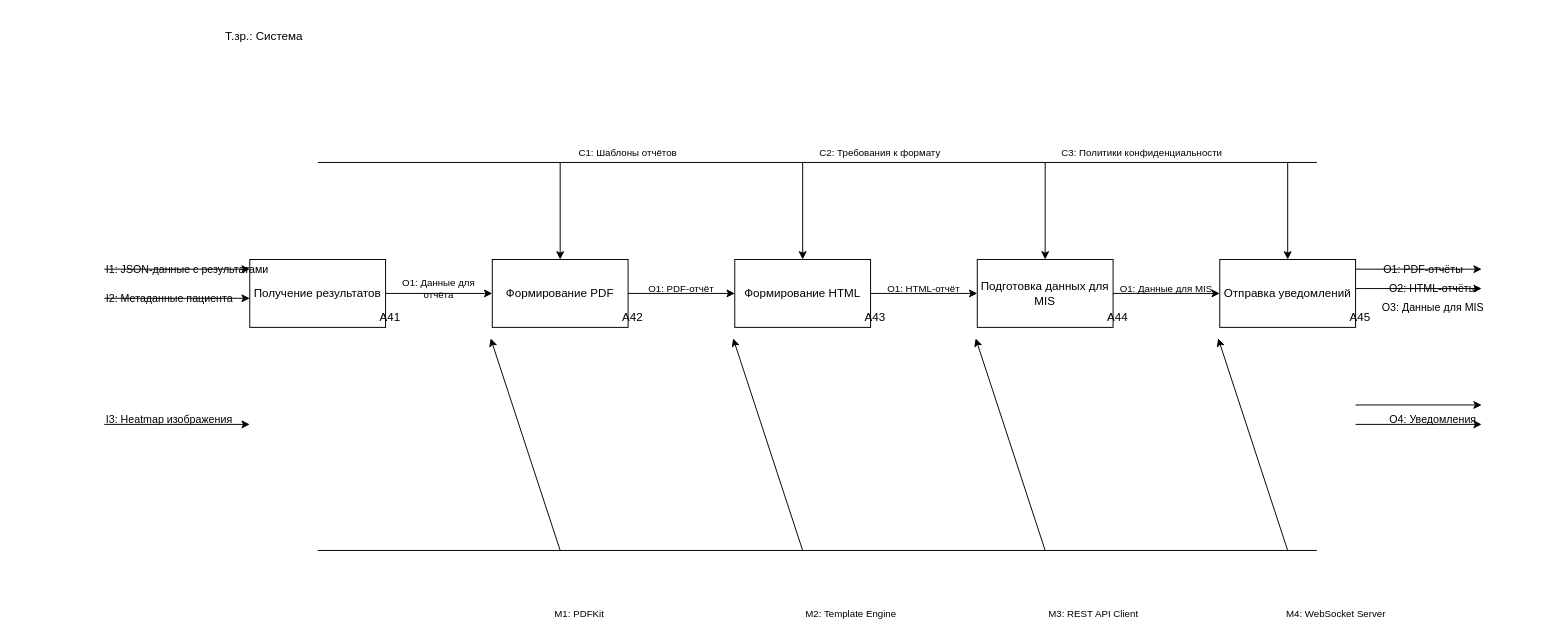
Edisheri/system-engineering-playbook keeps this draw.io diagram as diagrams-codes/IDEF0_A4_DECOMPOSITION.drawio. Above is the earlier version. Source tidied: cells renumbered, new cells numbered last; positions are measured from the earlier drawing's top-left corner, leaving out a move shared by most shapes. Both pictures are drawn from the tidied source at 97%, with x=0, y=0 at pixel (104, 16).
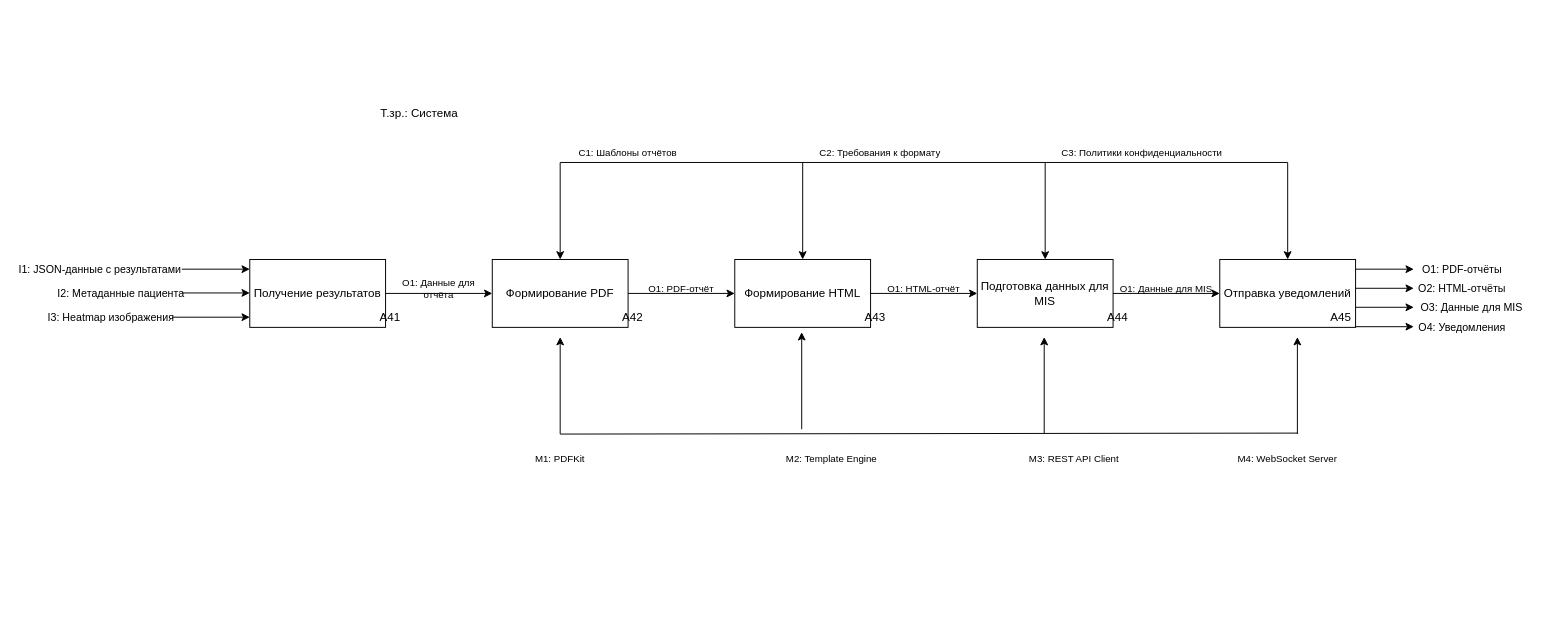
Above is the later version.

Unchanged cells that the change refers to:
```xml
<mxCell id="4" value="Формирование PDF" style="rounded=0;whiteSpace=wrap;html=1;" parent="1" vertex="1">
  <mxGeometry x="400" y="250" width="140" height="70" as="geometry" />
</mxCell>
<mxCell id="6" value="Формирование HTML" style="rounded=0;whiteSpace=wrap;html=1;" parent="1" vertex="1">
  <mxGeometry x="650" y="250" width="140" height="70" as="geometry" />
</mxCell>
<mxCell id="8" value="Подготовка данных для MIS" style="rounded=0;whiteSpace=wrap;html=1;" parent="1" vertex="1">
  <mxGeometry x="900" y="250" width="140" height="70" as="geometry" />
</mxCell>
<mxCell id="10" value="Отправка уведомлений" style="rounded=0;whiteSpace=wrap;html=1;" parent="1" vertex="1">
  <mxGeometry x="1150" y="250" width="140" height="70" as="geometry" />
</mxCell>
<mxCell id="39" value="C1: Шаблоны отчётов" style="text;html=1;align=center;verticalAlign=middle;whiteSpace=wrap;rounded=0;fontSize=10;" parent="1" vertex="1">
  <mxGeometry x="470" y="120" width="140" height="40" as="geometry" />
</mxCell>
```

The edit, as a diff of the source:
```diff
@@
     <mxCell id="11" value="A45" style="text;html=1;align=center;verticalAlign=middle;whiteSpace=wrap;rounded=0;" parent="1" vertex="1">
-      <mxGeometry x="1270" y="290" width="50" height="40" as="geometry" />
+      <mxGeometry x="1250" y="290" width="50" height="40" as="geometry" />
     </mxCell>
     <mxCell id="12" style="endArrow=classic;html=1;rounded=0;" parent="1" edge="1">
       <mxGeometry relative="1" as="geometry">
-        <mxPoint y="260" as="sourcePoint" />
+        <mxPoint x="80" y="260" as="sourcePoint" />
         <mxPoint x="150" y="260" as="targetPoint" />
       </mxGeometry>
     </mxCell>
     <mxCell id="13" value="I1: JSON-данные с результатами" style="text;html=1;align=left;verticalAlign=middle;whiteSpace=wrap;rounded=0;fontSize=11;" parent="1" vertex="1">
-      <mxGeometry y="240" width="200" height="40" as="geometry" />
+      <mxGeometry x="-90" y="240" width="200" height="40" as="geometry" />
     </mxCell>
     <mxCell id="14" style="endArrow=classic;html=1;rounded=0;" parent="1" edge="1">
       <mxGeometry relative="1" as="geometry">
-        <mxPoint y="290" as="sourcePoint" />
-        <mxPoint x="150" y="290" as="targetPoint" />
+        <mxPoint x="80" y="284.5" as="sourcePoint" />
+        <mxPoint x="150" y="284.5" as="targetPoint" />
       </mxGeometry>
     </mxCell>
     <mxCell id="15" value="I2: Метаданные пациента" style="text;html=1;align=left;verticalAlign=middle;whiteSpace=wrap;rounded=0;fontSize=11;" parent="1" vertex="1">
-      <mxGeometry y="270" width="180" height="40" as="geometry" />
+      <mxGeometry x="-50" y="265" width="180" height="40" as="geometry" />
     </mxCell>
     <mxCell id="16" style="endArrow=classic;html=1;rounded=0;" parent="1" edge="1">
       <mxGeometry relative="1" as="geometry">
-        <mxPoint y="420" as="sourcePoint" />
-        <mxPoint x="150" y="420" as="targetPoint" />
+        <mxPoint x="70" y="309.5" as="sourcePoint" />
+        <mxPoint x="150" y="309.5" as="targetPoint" />
       </mxGeometry>
     </mxCell>
     <mxCell id="17" value="I3: Heatmap изображения" style="text;html=1;align=left;verticalAlign=middle;whiteSpace=wrap;rounded=0;fontSize=11;" parent="1" vertex="1">
-      <mxGeometry y="400" width="180" height="30" as="geometry" />
+      <mxGeometry x="-60" y="295" width="180" height="30" as="geometry" />
     </mxCell>
@@
     <mxCell id="26" style="endArrow=classic;html=1;rounded=0;" parent="1" edge="1">
       <mxGeometry relative="1" as="geometry">
         <mxPoint x="1290" y="260" as="sourcePoint" />
-        <mxPoint x="1420" y="260" as="targetPoint" />
+        <mxPoint x="1350" y="260" as="targetPoint" />
       </mxGeometry>
     </mxCell>
     <mxCell id="27" value="O1: PDF-отчёты" style="text;html=1;align=center;verticalAlign=middle;whiteSpace=wrap;rounded=0;fontSize=11;" parent="1" vertex="1">
-      <mxGeometry x="1300" y="240" width="120" height="40" as="geometry" />
+      <mxGeometry x="1340" y="240" width="120" height="40" as="geometry" />
     </mxCell>
-    <mxCell id="28" style="endArrow=classic;html=1;rounded=0;" parent="1" edge="1">
-      <mxGeometry relative="1" as="geometry">
-        <mxPoint x="1290" y="280" as="sourcePoint" />
-        <mxPoint x="1420" y="280" as="targetPoint" />
-      </mxGeometry>
-    </mxCell>
     <mxCell id="29" value="O2: HTML-отчёты" style="text;html=1;align=center;verticalAlign=middle;whiteSpace=wrap;rounded=0;fontSize=11;" parent="1" vertex="1">
-      <mxGeometry x="1300" y="260" width="140" height="40" as="geometry" />
+      <mxGeometry x="1330" y="260" width="140" height="40" as="geometry" />
     </mxCell>
-    <mxCell id="30" style="endArrow=classic;html=1;rounded=0;" parent="1" edge="1">
-      <mxGeometry relative="1" as="geometry">
-        <mxPoint x="1290" y="400" as="sourcePoint" />
-        <mxPoint x="1420" y="400" as="targetPoint" />
-      </mxGeometry>
-    </mxCell>
     <mxCell id="31" value="O3: Данные для MIS" style="text;html=1;align=center;verticalAlign=middle;whiteSpace=wrap;rounded=0;fontSize=11;" parent="1" vertex="1">
-      <mxGeometry x="1300" y="280" width="140" height="40" as="geometry" />
+      <mxGeometry x="1340" y="280" width="140" height="40" as="geometry" />
     </mxCell>
-    <mxCell id="32" style="endArrow=classic;html=1;rounded=0;" parent="1" edge="1">
-      <mxGeometry relative="1" as="geometry">
-        <mxPoint x="1290" y="420" as="sourcePoint" />
-        <mxPoint x="1420" y="420" as="targetPoint" />
-      </mxGeometry>
-    </mxCell>
     <mxCell id="33" value="O4: Уведомления" style="text;html=1;align=center;verticalAlign=middle;whiteSpace=wrap;rounded=0;fontSize=11;" parent="1" vertex="1">
-      <mxGeometry x="1300" y="400" width="140" height="30" as="geometry" />
+      <mxGeometry x="1330" y="305" width="140" height="30" as="geometry" />
     </mxCell>
-    <mxCell id="34" style="endArrow=none;html=1;rounded=0;" parent="1" edge="1">
+    <mxCell id="34" style="endArrow=none;html=1;rounded=0;exitX=0;exitY=0.75;exitDx=0;exitDy=0;" parent="1" edge="1" source="39">
       <mxGeometry relative="1" as="geometry">
-        <mxPoint x="220" y="150" as="sourcePoint" />
-        <mxPoint x="1250" y="150" as="targetPoint" />
+        <mxPoint x="1220" y="150" as="targetPoint" />
       </mxGeometry>
     </mxCell>
@@
     <mxCell id="42" style="endArrow=none;html=1;rounded=0;" parent="1" edge="1">
       <mxGeometry relative="1" as="geometry">
-        <mxPoint x="220" y="550" as="sourcePoint" />
-        <mxPoint x="1250" y="550" as="targetPoint" />
+        <mxPoint x="470" y="430" as="sourcePoint" />
+        <mxPoint x="1230" y="429" as="targetPoint" />
       </mxGeometry>
     </mxCell>
-    <mxCell id="43" style="endArrow=classic;html=1;rounded=0;entryX=-0.012;entryY=1.162;entryDx=0;entryDy=0;entryPerimeter=0;" parent="1" edge="1" target="4">
+    <mxCell id="43" style="endArrow=classic;html=1;rounded=0;" parent="1" edge="1">
       <mxGeometry relative="1" as="geometry">
-        <mxPoint x="470" y="550" as="sourcePoint" />
+        <mxPoint x="470" y="430" as="sourcePoint" />
+        <mxPoint x="470" y="330" as="targetPoint" />
       </mxGeometry>
     </mxCell>
-    <mxCell id="44" style="endArrow=classic;html=1;rounded=0;entryX=-0.012;entryY=1.162;entryDx=0;entryDy=0;entryPerimeter=0;" parent="1" edge="1" target="6">
-      <mxGeometry relative="1" as="geometry">
-        <mxPoint x="720" y="550" as="sourcePoint" />
-      </mxGeometry>
-    </mxCell>
-    <mxCell id="45" style="endArrow=classic;html=1;rounded=0;entryX=-0.012;entryY=1.162;entryDx=0;entryDy=0;entryPerimeter=0;" parent="1" edge="1" target="8">
-      <mxGeometry relative="1" as="geometry">
-        <mxPoint x="970" y="550" as="sourcePoint" />
-      </mxGeometry>
-    </mxCell>
-    <mxCell id="46" style="endArrow=classic;html=1;rounded=0;entryX=-0.012;entryY=1.162;entryDx=0;entryDy=0;entryPerimeter=0;" parent="1" edge="1" target="10">
-      <mxGeometry relative="1" as="geometry">
-        <mxPoint x="1220" y="550" as="sourcePoint" />
-      </mxGeometry>
-    </mxCell>
     <mxCell id="47" value="M1: PDFKit" style="text;html=1;align=center;verticalAlign=middle;whiteSpace=wrap;rounded=0;fontSize=10;" parent="1" vertex="1">
-      <mxGeometry x="440" y="600" width="100" height="30" as="geometry" />
+      <mxGeometry x="420" y="440" width="100" height="30" as="geometry" />
     </mxCell>
     <mxCell id="48" value="M2: Template Engine" style="text;html=1;align=center;verticalAlign=middle;whiteSpace=wrap;rounded=0;fontSize=10;" parent="1" vertex="1">
-      <mxGeometry x="690" y="600" width="160" height="30" as="geometry" />
+      <mxGeometry x="670" y="440" width="160" height="30" as="geometry" />
     </mxCell>
     <mxCell id="49" value="M3: REST API Client" style="text;html=1;align=center;verticalAlign=middle;whiteSpace=wrap;rounded=0;fontSize=10;" parent="1" vertex="1">
-      <mxGeometry x="940" y="600" width="160" height="30" as="geometry" />
+      <mxGeometry x="920" y="440" width="160" height="30" as="geometry" />
     </mxCell>
     <mxCell id="50" value="M4: WebSocket Server" style="text;html=1;align=center;verticalAlign=middle;whiteSpace=wrap;rounded=0;fontSize=10;" parent="1" vertex="1">
-      <mxGeometry x="1190" y="600" width="160" height="30" as="geometry" />
+      <mxGeometry x="1140" y="440" width="160" height="30" as="geometry" />
     </mxCell>
     <mxCell id="51" value="Т.зр.: Система" style="text;html=1;align=center;verticalAlign=middle;whiteSpace=wrap;rounded=0;" parent="1" vertex="1">
-      <mxGeometry x="100" width="130" height="40" as="geometry" />
+      <mxGeometry x="260" y="80" width="130" height="40" as="geometry" />
     </mxCell>
+    <mxCell id="52" style="endArrow=classic;html=1;rounded=0;" parent="1" edge="1">
+      <mxGeometry relative="1" as="geometry">
+        <mxPoint x="719" y="425" as="sourcePoint" />
+        <mxPoint x="719" y="325" as="targetPoint" />
+      </mxGeometry>
+    </mxCell>
+    <mxCell id="53" style="endArrow=classic;html=1;rounded=0;" parent="1" edge="1">
+      <mxGeometry relative="1" as="geometry">
+        <mxPoint x="969" y="430" as="sourcePoint" />
+        <mxPoint x="969" y="330" as="targetPoint" />
+      </mxGeometry>
+    </mxCell>
+    <mxCell id="54" style="endArrow=classic;html=1;rounded=0;" parent="1" edge="1">
+      <mxGeometry relative="1" as="geometry">
+        <mxPoint x="1230" y="430" as="sourcePoint" />
+        <mxPoint x="1230" y="330" as="targetPoint" />
+      </mxGeometry>
+    </mxCell>
+    <mxCell id="55" style="endArrow=classic;html=1;rounded=0;" parent="1" edge="1">
+      <mxGeometry relative="1" as="geometry">
+        <mxPoint x="1290" y="279.7" as="sourcePoint" />
+        <mxPoint x="1350" y="279.7" as="targetPoint" />
+      </mxGeometry>
+    </mxCell>
+    <mxCell id="56" style="endArrow=classic;html=1;rounded=0;" parent="1" edge="1">
+      <mxGeometry relative="1" as="geometry">
+        <mxPoint x="1290" y="299.3" as="sourcePoint" />
+        <mxPoint x="1350" y="299.3" as="targetPoint" />
+      </mxGeometry>
+    </mxCell>
+    <mxCell id="57" style="endArrow=classic;html=1;rounded=0;" parent="1" edge="1">
+      <mxGeometry relative="1" as="geometry">
+        <mxPoint x="1290" y="319.3" as="sourcePoint" />
+        <mxPoint x="1350" y="319.3" as="targetPoint" />
+      </mxGeometry>
+    </mxCell>
```
